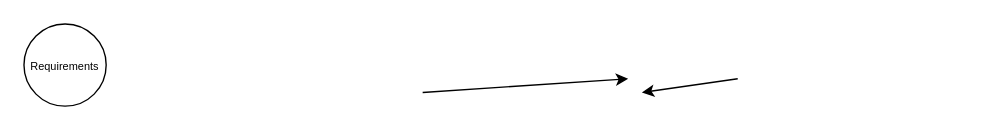
Above: hpalmtoazuredevops.drawio in surajnaik90/Architectures-Designs (draw.io), before the change. Source tidied: cells renumbered, new cells numbered last; positions are measured from the earlier drawing's top-left corner, leaving out a move shared by most shapes. Both pictures are drawn from the tidied source at 137%, with x=0, y=0 at pixel (23, 23).
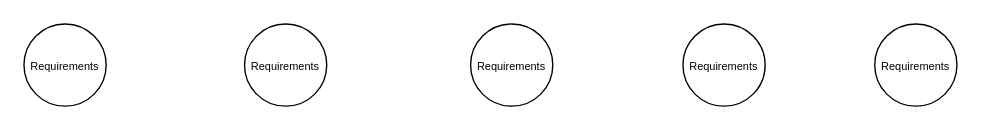
Above is the later version.

Diff of the diagram source:
```diff
@@
 <mxGraphModel>
   <root>
     <mxCell id="0" />
     <mxCell id="1" parent="0" />
     <mxCell id="2" style="ellipse;whiteSpace=wrap;html=1;" parent="1" vertex="1">
       <mxGeometry width="60" height="60" as="geometry" />
     </mxCell>
-    <mxCell id="3" style="endArrow=classic;html=1;rounded=0;exitX=1;exitY=0.5;exitDx=0;exitDy=0;entryX=0;entryY=0.5;entryDx=0;entryDy=0;" parent="1" edge="1">
-      <mxGeometry relative="1" as="geometry">
-        <mxPoint x="291" y="50" as="sourcePoint" />
-        <mxPoint x="441" y="40" as="targetPoint" />
-      </mxGeometry>
-    </mxCell>
-    <mxCell id="4" style="endArrow=classic;html=1;rounded=0;exitX=1;exitY=0.5;exitDx=0;exitDy=0;entryX=0;entryY=0.5;entryDx=0;entryDy=0;" parent="1" edge="1">
-      <mxGeometry relative="1" as="geometry">
-        <mxPoint x="521" y="40" as="sourcePoint" />
-        <mxPoint x="451" y="50" as="targetPoint" />
-      </mxGeometry>
-    </mxCell>
     <mxCell id="5" value="&lt;font style=&quot;font-size: 8px;&quot;&gt;Requirements&lt;/font&gt;" style="text;html=1;strokeColor=none;fillColor=none;align=center;verticalAlign=middle;whiteSpace=wrap;rounded=0;" parent="1" vertex="1">
       <mxGeometry y="15" width="60" height="30" as="geometry" />
     </mxCell>
+    <mxCell id="6" style="ellipse;whiteSpace=wrap;html=1;" parent="1" vertex="1">
+      <mxGeometry x="161" width="60" height="60" as="geometry" />
+    </mxCell>
+    <mxCell id="7" value="&lt;font style=&quot;font-size: 8px;&quot;&gt;Requirements&lt;/font&gt;" style="text;html=1;strokeColor=none;fillColor=none;align=center;verticalAlign=middle;whiteSpace=wrap;rounded=0;" parent="1" vertex="1">
+      <mxGeometry x="161" y="15" width="60" height="30" as="geometry" />
+    </mxCell>
+    <mxCell id="8" style="ellipse;whiteSpace=wrap;html=1;" parent="1" vertex="1">
+      <mxGeometry x="326" width="60" height="60" as="geometry" />
+    </mxCell>
+    <mxCell id="9" value="&lt;font style=&quot;font-size: 8px;&quot;&gt;Requirements&lt;/font&gt;" style="text;html=1;strokeColor=none;fillColor=none;align=center;verticalAlign=middle;whiteSpace=wrap;rounded=0;" parent="1" vertex="1">
+      <mxGeometry x="326" y="15" width="60" height="30" as="geometry" />
+    </mxCell>
+    <mxCell id="10" style="ellipse;whiteSpace=wrap;html=1;" parent="1" vertex="1">
+      <mxGeometry x="481" width="60" height="60" as="geometry" />
+    </mxCell>
+    <mxCell id="11" value="&lt;font style=&quot;font-size: 8px;&quot;&gt;Requirements&lt;/font&gt;" style="text;html=1;strokeColor=none;fillColor=none;align=center;verticalAlign=middle;whiteSpace=wrap;rounded=0;" parent="1" vertex="1">
+      <mxGeometry x="481" y="15" width="60" height="30" as="geometry" />
+    </mxCell>
+    <mxCell id="12" style="ellipse;whiteSpace=wrap;html=1;" parent="1" vertex="1">
+      <mxGeometry x="621" width="60" height="60" as="geometry" />
+    </mxCell>
+    <mxCell id="13" value="&lt;font style=&quot;font-size: 8px;&quot;&gt;Requirements&lt;/font&gt;" style="text;html=1;strokeColor=none;fillColor=none;align=center;verticalAlign=middle;whiteSpace=wrap;rounded=0;" parent="1" vertex="1">
+      <mxGeometry x="621" y="15" width="60" height="30" as="geometry" />
+    </mxCell>
   </root>
 </mxGraphModel>
```
